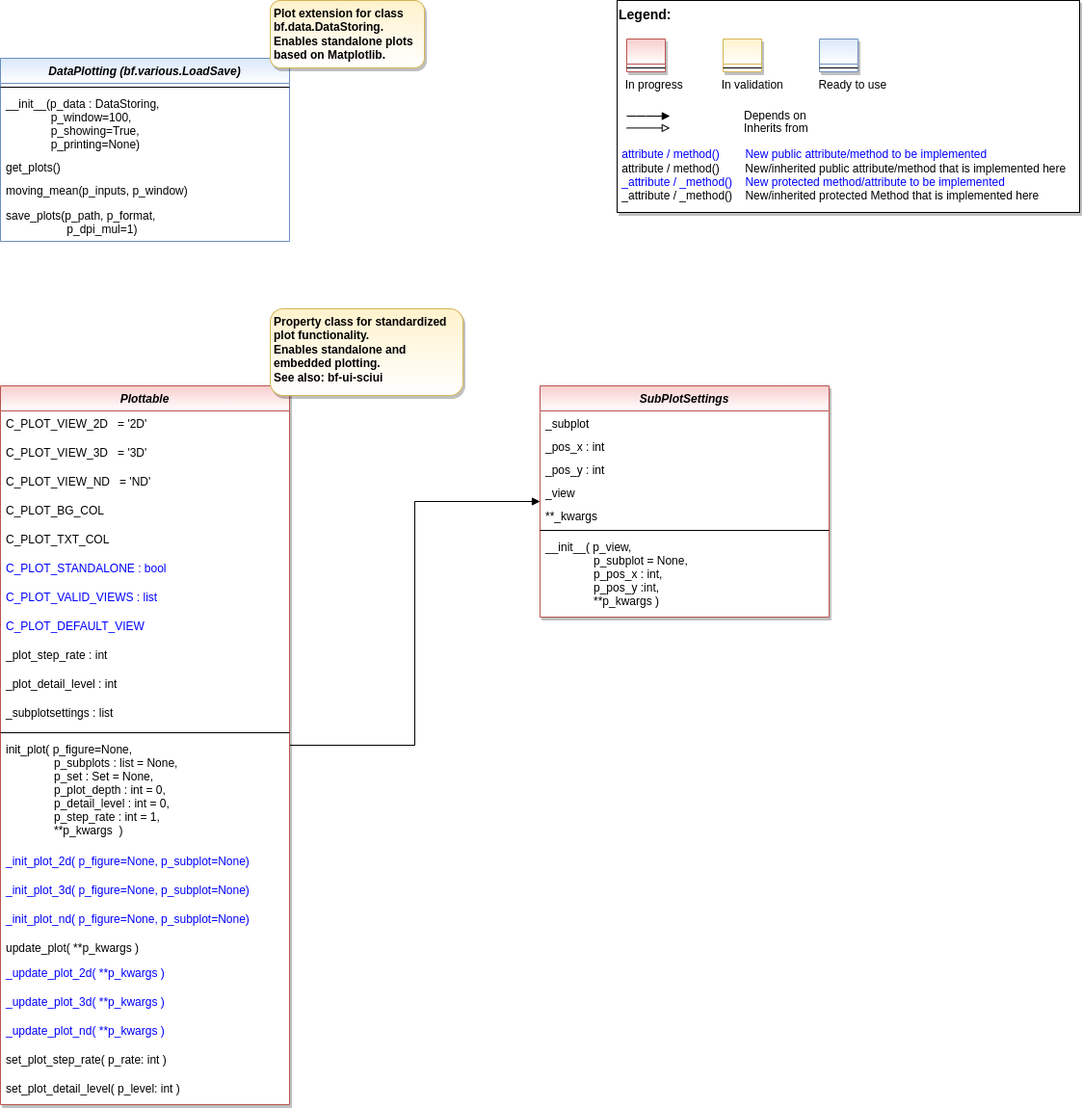
The draw.io diagram doc/rtd/content/append2/core/images/bf/MLPro-BF-Plot_class_diagram.drawio.png in fhswf/MLPro, before a commit. Source tidied: cells renumbered, new cells last; positions are measured from the earlier drawing's top-left corner, leaving out a move shared by most shapes.
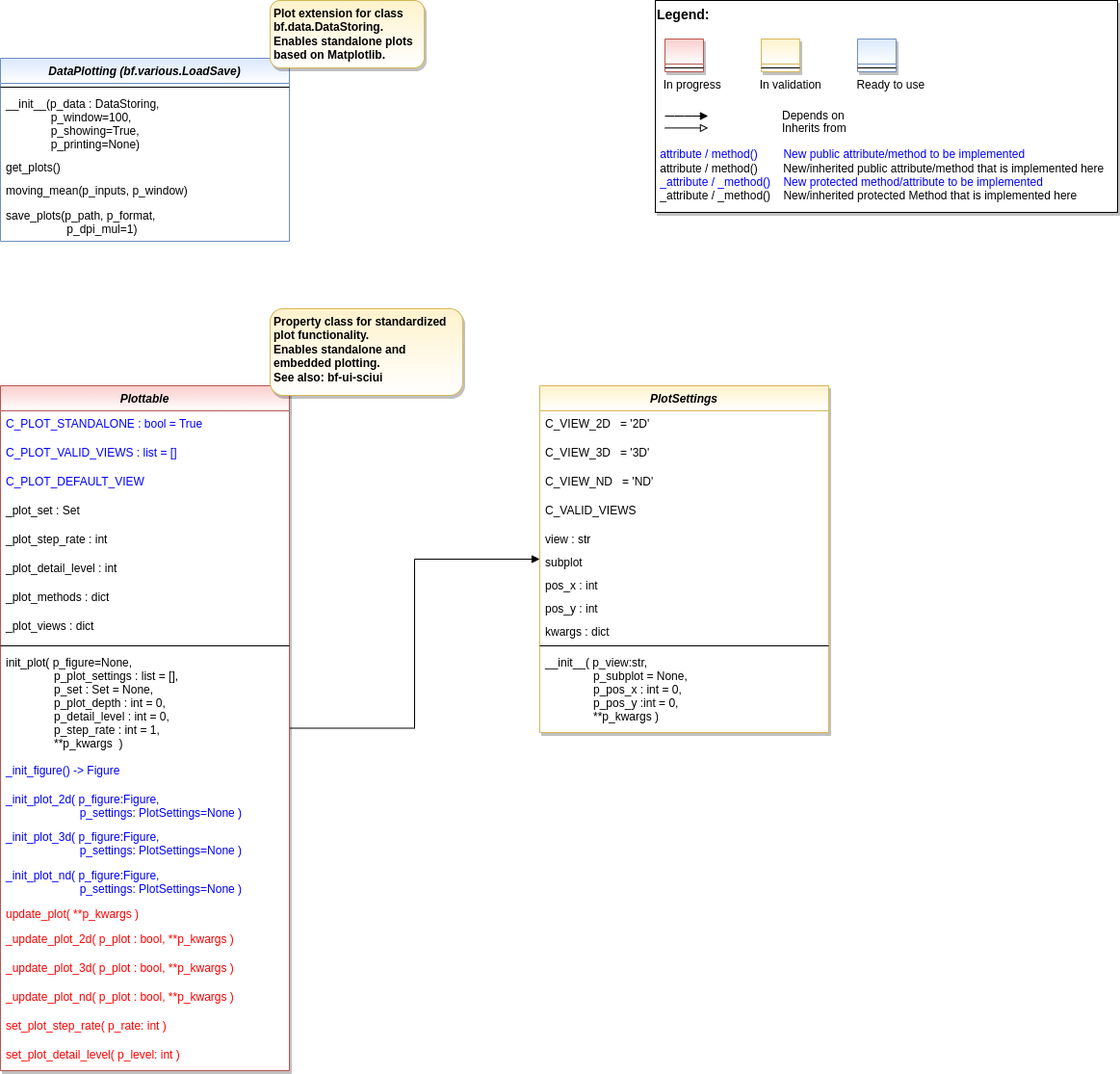
After the change.

Commit message:
Classes Plotsettings, Plottable

What changed in the source:
```diff
@@ -6,76 +6,70 @@
       <mxGeometry relative="1" as="geometry" />
     </mxCell>
     <mxCell id="3" value="Plottable" style="swimlane;fontStyle=3;align=center;verticalAlign=top;horizontal=1;startSize=26;rounded=0;shadow=1;strokeWidth=1;fillColor=#f8cecc;strokeColor=#b85450;swimlaneFillColor=#FFFFFF;gradientColor=#FFFFFF;" parent="1" vertex="1">
-      <mxGeometry y="400" width="300" height="746" as="geometry" />
+      <mxGeometry y="400" width="300" height="711" as="geometry" />
     </mxCell>
-    <mxCell id="4" value="C_PLOT_VIEW_2D   = '2D'" style="text;align=left;verticalAlign=top;spacingLeft=4;spacingRight=4;overflow=hidden;fontColor=default;" parent="3" vertex="1">
-      <mxGeometry y="26" width="300" height="30" as="geometry" />
-    </mxCell>
-    <mxCell id="5" value="C_PLOT_VIEW_3D   = '3D'" style="text;align=left;verticalAlign=top;spacingLeft=4;spacingRight=4;overflow=hidden;fontColor=default;" parent="3" vertex="1">
-      <mxGeometry y="56" width="300" height="30" as="geometry" />
-    </mxCell>
-    <mxCell id="6" value="C_PLOT_VIEW_ND   = 'ND'" style="text;align=left;verticalAlign=top;spacingLeft=4;spacingRight=4;overflow=hidden;fontColor=default;" parent="3" vertex="1">
-      <mxGeometry y="86" width="300" height="30" as="geometry" />
-    </mxCell>
-    <mxCell id="7" value="C_PLOT_BG_COL" style="text;align=left;verticalAlign=top;spacingLeft=4;spacingRight=4;overflow=hidden;fontColor=default;" parent="3" vertex="1">
-      <mxGeometry y="116" width="300" height="30" as="geometry" />
-    </mxCell>
-    <mxCell id="8" value="C_PLOT_TXT_COL" style="text;align=left;verticalAlign=top;spacingLeft=4;spacingRight=4;overflow=hidden;fontColor=default;" parent="3" vertex="1">
-      <mxGeometry y="146" width="300" height="30" as="geometry" />
-    </mxCell>
-    <mxCell id="9" value="C_PLOT_STANDALONE : bool" style="text;align=left;verticalAlign=top;spacingLeft=4;spacingRight=4;overflow=hidden;fontColor=#0000FF;" parent="3" vertex="1">
-      <mxGeometry y="176" width="300" height="30" as="geometry" />
+    <mxCell id="9" value="C_PLOT_STANDALONE : bool = True" style="text;align=left;verticalAlign=top;spacingLeft=4;spacingRight=4;overflow=hidden;fontColor=#0000FF;" parent="3" vertex="1">
+      <mxGeometry y="26" width="300" height="30" as="geometry" />
     </mxCell>
-    <mxCell id="10" value="C_PLOT_VALID_VIEWS : list" style="text;align=left;verticalAlign=top;spacingLeft=4;spacingRight=4;overflow=hidden;fontColor=#0000FF;" parent="3" vertex="1">
-      <mxGeometry y="206" width="300" height="30" as="geometry" />
+    <mxCell id="10" value="C_PLOT_VALID_VIEWS : list = []" style="text;align=left;verticalAlign=top;spacingLeft=4;spacingRight=4;overflow=hidden;fontColor=#0000FF;" parent="3" vertex="1">
+      <mxGeometry y="56" width="300" height="30" as="geometry" />
     </mxCell>
     <mxCell id="11" value="C_PLOT_DEFAULT_VIEW" style="text;align=left;verticalAlign=top;spacingLeft=4;spacingRight=4;overflow=hidden;fontColor=#0000FF;" parent="3" vertex="1">
-      <mxGeometry y="236" width="300" height="30" as="geometry" />
+      <mxGeometry y="86" width="300" height="30" as="geometry" />
     </mxCell>
+    <mxCell id="52" value="_plot_set : Set" style="text;align=left;verticalAlign=top;spacingLeft=4;spacingRight=4;overflow=hidden;fontColor=default;" parent="3" vertex="1">
+      <mxGeometry y="116" width="300" height="30" as="geometry" />
+    </mxCell>
     <mxCell id="12" value="_plot_step_rate : int" style="text;align=left;verticalAlign=top;spacingLeft=4;spacingRight=4;overflow=hidden;fontColor=default;" parent="3" vertex="1">
-      <mxGeometry y="266" width="300" height="30" as="geometry" />
+      <mxGeometry y="146" width="300" height="30" as="geometry" />
     </mxCell>
     <mxCell id="13" value="_plot_detail_level : int" style="text;align=left;verticalAlign=top;spacingLeft=4;spacingRight=4;overflow=hidden;fontColor=default;" parent="3" vertex="1">
-      <mxGeometry y="296" width="300" height="30" as="geometry" />
+      <mxGeometry y="176" width="300" height="30" as="geometry" />
     </mxCell>
+    <mxCell id="53" value="_plot_methods : dict" style="text;align=left;verticalAlign=top;spacingLeft=4;spacingRight=4;overflow=hidden;fontColor=default;" parent="3" vertex="1">
+      <mxGeometry y="206" width="300" height="30" as="geometry" />
+    </mxCell>
-    <mxCell id="14" value="_subplotsettings : list" style="text;align=left;verticalAlign=top;spacingLeft=4;spacingRight=4;overflow=hidden;fontColor=default;" parent="3" vertex="1">
-      <mxGeometry y="326" width="300" height="30" as="geometry" />
+    <mxCell id="14" value="_plot_views : dict" style="text;align=left;verticalAlign=top;spacingLeft=4;spacingRight=4;overflow=hidden;fontColor=default;" parent="3" vertex="1">
+      <mxGeometry y="236" width="300" height="30" as="geometry" />
     </mxCell>
     <mxCell id="15" style="line;html=1;strokeWidth=1;align=left;verticalAlign=middle;spacingTop=-1;spacingLeft=3;spacingRight=3;labelPosition=right;" parent="3" vertex="1">
-      <mxGeometry y="356" width="300" height="8" as="geometry" />
+      <mxGeometry y="266" width="300" height="8" as="geometry" />
     </mxCell>
-    <mxCell id="16" value="init_plot( p_figure=None, &#10;               p_subplots : list = None,&#10;               p_set : Set = None,&#10;               p_plot_depth : int = 0,&#10;               p_detail_level : int = 0,&#10;               p_step_rate : int = 1,&#10;               **p_kwargs  )" style="text;align=left;verticalAlign=top;spacingLeft=4;spacingRight=4;overflow=hidden;fontColor=default;" parent="3" vertex="1">
-      <mxGeometry y="364" width="300" height="116" as="geometry" />
+    <mxCell id="16" value="init_plot( p_figure=None, &#10;               p_plot_settings : list = [],&#10;               p_set : Set = None,&#10;               p_plot_depth : int = 0,&#10;               p_detail_level : int = 0,&#10;               p_step_rate : int = 1,&#10;               **p_kwargs  )" style="text;align=left;verticalAlign=top;spacingLeft=4;spacingRight=4;overflow=hidden;fontColor=default;" parent="3" vertex="1">
+      <mxGeometry y="274" width="300" height="112" as="geometry" />
     </mxCell>
+    <mxCell id="54" value="_init_figure() -&gt; Figure" style="text;align=left;verticalAlign=top;spacingLeft=4;spacingRight=4;overflow=hidden;fontColor=#0000FF;" parent="3" vertex="1">
+      <mxGeometry y="386" width="300" height="30" as="geometry" />
+    </mxCell>
-    <mxCell id="17" value="_init_plot_2d( p_figure=None, p_subplot=None)" style="text;align=left;verticalAlign=top;spacingLeft=4;spacingRight=4;overflow=hidden;fontColor=#0000FF;" parent="3" vertex="1">
-      <mxGeometry y="480" width="300" height="30" as="geometry" />
+    <mxCell id="17" value="_init_plot_2d( p_figure:Figure, &#10;                       p_settings: PlotSettings=None )" style="text;align=left;verticalAlign=top;spacingLeft=4;spacingRight=4;overflow=hidden;fontColor=#0000FF;" parent="3" vertex="1">
+      <mxGeometry y="416" width="300" height="39" as="geometry" />
     </mxCell>
-    <mxCell id="18" value="_init_plot_3d( p_figure=None, p_subplot=None)" style="text;align=left;verticalAlign=top;spacingLeft=4;spacingRight=4;overflow=hidden;fontColor=#0000FF;" parent="3" vertex="1">
-      <mxGeometry y="510" width="300" height="30" as="geometry" />
-    </mxCell>
-    <mxCell id="19" value="_init_plot_nd( p_figure=None, p_subplot=None)" style="text;align=left;verticalAlign=top;spacingLeft=4;spacingRight=4;overflow=hidden;fontColor=#0000FF;" parent="3" vertex="1">
-      <mxGeometry y="540" width="300" height="30" as="geometry" />
-    </mxCell>
+    <mxCell id="55" value="_init_plot_3d( p_figure:Figure, &#10;                       p_settings: PlotSettings=None )" style="text;align=left;verticalAlign=top;spacingLeft=4;spacingRight=4;overflow=hidden;fontColor=#0000FF;" parent="3" vertex="1">
+      <mxGeometry y="455" width="300" height="40" as="geometry" />
+    </mxCell>
+    <mxCell id="56" value="_init_plot_nd( p_figure:Figure, &#10;                       p_settings: PlotSettings=None )" style="text;align=left;verticalAlign=top;spacingLeft=4;spacingRight=4;overflow=hidden;fontColor=#0000FF;" parent="3" vertex="1">
+      <mxGeometry y="495" width="300" height="40" as="geometry" />
+    </mxCell>
-    <mxCell id="20" value="update_plot( **p_kwargs )" style="text;align=left;verticalAlign=top;spacingLeft=4;spacingRight=4;overflow=hidden;fontColor=default;" parent="3" vertex="1">
-      <mxGeometry y="570" width="300" height="26" as="geometry" />
+    <mxCell id="20" value="update_plot( **p_kwargs )" style="text;align=left;verticalAlign=top;spacingLeft=4;spacingRight=4;overflow=hidden;fontColor=#FF0000;" parent="3" vertex="1">
+      <mxGeometry y="535" width="300" height="26" as="geometry" />
     </mxCell>
-    <mxCell id="21" value="_update_plot_2d( **p_kwargs )" style="text;align=left;verticalAlign=top;spacingLeft=4;spacingRight=4;overflow=hidden;fontColor=#0000FF;" parent="3" vertex="1">
-      <mxGeometry y="596" width="300" height="30" as="geometry" />
+    <mxCell id="21" value="_update_plot_2d( p_plot : bool, **p_kwargs )" style="text;align=left;verticalAlign=top;spacingLeft=4;spacingRight=4;overflow=hidden;fontColor=#FF0000;" parent="3" vertex="1">
+      <mxGeometry y="561" width="300" height="30" as="geometry" />
     </mxCell>
-    <mxCell id="22" value="_update_plot_3d( **p_kwargs )" style="text;align=left;verticalAlign=top;spacingLeft=4;spacingRight=4;overflow=hidden;fontColor=#0000FF;" parent="3" vertex="1">
-      <mxGeometry y="626" width="300" height="30" as="geometry" />
+    <mxCell id="22" value="_update_plot_3d( p_plot : bool, **p_kwargs )" style="text;align=left;verticalAlign=top;spacingLeft=4;spacingRight=4;overflow=hidden;fontColor=#FF0000;" parent="3" vertex="1">
+      <mxGeometry y="591" width="300" height="30" as="geometry" />
     </mxCell>
-    <mxCell id="23" value="_update_plot_nd( **p_kwargs )" style="text;align=left;verticalAlign=top;spacingLeft=4;spacingRight=4;overflow=hidden;fontColor=#0000FF;" parent="3" vertex="1">
-      <mxGeometry y="656" width="300" height="30" as="geometry" />
+    <mxCell id="23" value="_update_plot_nd( p_plot : bool, **p_kwargs )" style="text;align=left;verticalAlign=top;spacingLeft=4;spacingRight=4;overflow=hidden;fontColor=#FF0000;" parent="3" vertex="1">
+      <mxGeometry y="621" width="300" height="30" as="geometry" />
     </mxCell>
-    <mxCell id="24" value="set_plot_step_rate( p_rate: int )" style="text;align=left;verticalAlign=top;spacingLeft=4;spacingRight=4;overflow=hidden;fontColor=default;" parent="3" vertex="1">
-      <mxGeometry y="686" width="300" height="30" as="geometry" />
+    <mxCell id="24" value="set_plot_step_rate( p_rate: int )" style="text;align=left;verticalAlign=top;spacingLeft=4;spacingRight=4;overflow=hidden;fontColor=#FF0000;" parent="3" vertex="1">
+      <mxGeometry y="651" width="300" height="30" as="geometry" />
     </mxCell>
-    <mxCell id="25" value="set_plot_detail_level( p_level: int )" style="text;align=left;verticalAlign=top;spacingLeft=4;spacingRight=4;overflow=hidden;fontColor=default;" parent="3" vertex="1">
-      <mxGeometry y="716" width="300" height="30" as="geometry" />
+    <mxCell id="25" value="set_plot_detail_level( p_level: int )" style="text;align=left;verticalAlign=top;spacingLeft=4;spacingRight=4;overflow=hidden;fontColor=#FF0000;" parent="3" vertex="1">
+      <mxGeometry y="681" width="300" height="30" as="geometry" />
     </mxCell>
     <mxCell id="26" style="group;" parent="1" vertex="1">
-      <mxGeometry x="640" width="480" height="220" as="geometry" />
+      <mxGeometry x="680" width="480" height="220" as="geometry" />
     </mxCell>
     <mxCell id="27" value="&lt;font color=&quot;#000000&quot; size=&quot;1&quot;&gt;&lt;b style=&quot;font-size: 14px&quot;&gt;Legend:&lt;br&gt;&lt;/b&gt;&lt;/font&gt;&lt;br&gt;&lt;br&gt;&lt;br&gt;&lt;font color=&quot;#0000ff&quot; style=&quot;font-size: 6px&quot;&gt;&lt;br&gt;&lt;/font&gt;&lt;span style=&quot;color: rgb(0 , 0 , 0)&quot;&gt;&lt;font style=&quot;font-size: 4px&quot;&gt;&amp;nbsp; &amp;nbsp;&lt;/font&gt;&amp;nbsp;In progress&amp;nbsp; &amp;nbsp; &amp;nbsp; &amp;nbsp; &amp;nbsp; &amp;nbsp; In validation&amp;nbsp; &amp;nbsp; &amp;nbsp; &amp;nbsp; &amp;nbsp; &amp;nbsp;Ready to use&lt;/span&gt;&lt;font color=&quot;#000000&quot;&gt;&amp;nbsp;&lt;br&gt;&lt;/font&gt;&lt;font color=&quot;#0000ff&quot;&gt;&lt;br&gt;&lt;br&gt;&lt;br&gt;&lt;br&gt;&amp;nbsp;attribute / method()&amp;nbsp; &amp;nbsp; &amp;nbsp; &amp;nbsp; New public attribute/method to be implemented&lt;/font&gt;&lt;br&gt;&lt;font color=&quot;#000000&quot;&gt;&amp;nbsp;&lt;/font&gt;&lt;font color=&quot;#000000&quot;&gt;attribute / method()&lt;span&gt;&#9;&lt;/span&gt;&amp;nbsp; &amp;nbsp; &amp;nbsp; &amp;nbsp;New/inherited public attribute/method that is implemented here&lt;br&gt;&lt;/font&gt;&lt;font color=&quot;#0000ff&quot;&gt;&amp;nbsp;_attribute /&amp;nbsp;&lt;/font&gt;&lt;font color=&quot;#0000ff&quot;&gt;_method()&amp;nbsp; &amp;nbsp; New protected method/attribute to be implemented&lt;/font&gt;&lt;br&gt;&lt;font color=&quot;#000000&quot;&gt;&amp;nbsp;_attribute / _method()&amp;nbsp; &amp;nbsp; New/inherited protected Method that is implemented here&lt;br&gt;&lt;/font&gt;&lt;font color=&quot;#000000&quot;&gt;&lt;br&gt;&lt;br&gt;&lt;br&gt;&lt;br&gt;&lt;br&gt;&lt;/font&gt;" style="text;html=1;align=left;verticalAlign=top;whiteSpace=wrap;rounded=0;fontColor=#006600;strokeColor=#000000;shadow=1;fillColor=#ffffff;" parent="26" vertex="1">
       <mxGeometry width="480" height="220" as="geometry" />
@@ -139,29 +133,41 @@
     <mxCell id="43" value="Plot extension for class bf.data.DataStoring. Enables standalone plots based on Matplotlib." style="rounded=1;whiteSpace=wrap;html=1;fillColor=#fff2cc;strokeColor=#d6b656;gradientColor=#FFFFFF;shadow=1;fontStyle=1;align=left;spacingLeft=2;verticalAlign=top;" parent="1" vertex="1">
       <mxGeometry x="280" width="160" height="70" as="geometry" />
     </mxCell>
-    <mxCell id="44" value="SubPlotSettings" style="swimlane;fontStyle=3;align=center;verticalAlign=top;horizontal=1;startSize=26;rounded=0;shadow=1;strokeWidth=1;fillColor=#f8cecc;strokeColor=#b85450;swimlaneFillColor=#FFFFFF;gradientColor=#FFFFFF;" parent="1" vertex="1">
-      <mxGeometry x="560" y="400" width="300" height="240" as="geometry" />
+    <mxCell id="44" value="PlotSettings" style="swimlane;fontStyle=3;align=center;verticalAlign=top;horizontal=1;startSize=26;rounded=0;shadow=1;strokeWidth=1;fillColor=#fff2cc;strokeColor=#d6b656;swimlaneFillColor=#FFFFFF;gradientColor=#FFFFFF;" parent="1" vertex="1">
+      <mxGeometry x="560" y="400" width="300" height="360" as="geometry" />
     </mxCell>
+    <mxCell id="4" value="C_VIEW_2D   = '2D'" style="text;align=left;verticalAlign=top;spacingLeft=4;spacingRight=4;overflow=hidden;fontColor=default;" parent="44" vertex="1">
+      <mxGeometry y="26" width="300" height="30" as="geometry" />
+    </mxCell>
+    <mxCell id="5" value="C_VIEW_3D   = '3D'" style="text;align=left;verticalAlign=top;spacingLeft=4;spacingRight=4;overflow=hidden;fontColor=default;" parent="44" vertex="1">
+      <mxGeometry y="56" width="300" height="30" as="geometry" />
+    </mxCell>
+    <mxCell id="6" value="C_VIEW_ND   = 'ND'" style="text;align=left;verticalAlign=top;spacingLeft=4;spacingRight=4;overflow=hidden;fontColor=default;" parent="44" vertex="1">
+      <mxGeometry y="86" width="300" height="30" as="geometry" />
+    </mxCell>
+    <mxCell id="57" value="C_VALID_VIEWS " style="text;align=left;verticalAlign=top;spacingLeft=4;spacingRight=4;overflow=hidden;fontColor=default;" parent="44" vertex="1">
+      <mxGeometry y="116" width="300" height="30" as="geometry" />
+    </mxCell>
+    <mxCell id="48" value="view : str" style="text;align=left;verticalAlign=top;spacingLeft=4;spacingRight=4;overflow=hidden;" parent="44" vertex="1">
+      <mxGeometry y="146" width="300" height="24" as="geometry" />
+    </mxCell>
-    <mxCell id="45" value="_subplot" style="text;align=left;verticalAlign=top;spacingLeft=4;spacingRight=4;overflow=hidden;" parent="44" vertex="1">
-      <mxGeometry y="26" width="300" height="24" as="geometry" />
+    <mxCell id="45" value="subplot" style="text;align=left;verticalAlign=top;spacingLeft=4;spacingRight=4;overflow=hidden;" parent="44" vertex="1">
+      <mxGeometry y="170" width="300" height="24" as="geometry" />
     </mxCell>
-    <mxCell id="46" value="_pos_x : int" style="text;align=left;verticalAlign=top;spacingLeft=4;spacingRight=4;overflow=hidden;" parent="44" vertex="1">
-      <mxGeometry y="50" width="300" height="24" as="geometry" />
+    <mxCell id="46" value="pos_x : int" style="text;align=left;verticalAlign=top;spacingLeft=4;spacingRight=4;overflow=hidden;" parent="44" vertex="1">
+      <mxGeometry y="194" width="300" height="24" as="geometry" />
     </mxCell>
-    <mxCell id="47" value="_pos_y : int" style="text;align=left;verticalAlign=top;spacingLeft=4;spacingRight=4;overflow=hidden;" parent="44" vertex="1">
-      <mxGeometry y="74" width="300" height="24" as="geometry" />
+    <mxCell id="47" value="pos_y : int" style="text;align=left;verticalAlign=top;spacingLeft=4;spacingRight=4;overflow=hidden;" parent="44" vertex="1">
+      <mxGeometry y="218" width="300" height="24" as="geometry" />
     </mxCell>
-    <mxCell id="48" value="_view" style="text;align=left;verticalAlign=top;spacingLeft=4;spacingRight=4;overflow=hidden;" parent="44" vertex="1">
-      <mxGeometry y="98" width="300" height="24" as="geometry" />
-    </mxCell>
-    <mxCell id="49" value="**_kwargs" style="text;align=left;verticalAlign=top;spacingLeft=4;spacingRight=4;overflow=hidden;" parent="44" vertex="1">
-      <mxGeometry y="122" width="300" height="24" as="geometry" />
+    <mxCell id="49" value="kwargs : dict" style="text;align=left;verticalAlign=top;spacingLeft=4;spacingRight=4;overflow=hidden;" parent="44" vertex="1">
+      <mxGeometry y="242" width="300" height="24" as="geometry" />
     </mxCell>
     <mxCell id="50" style="line;html=1;strokeWidth=1;align=left;verticalAlign=middle;spacingTop=-1;spacingLeft=3;spacingRight=3;labelPosition=right;" parent="44" vertex="1">
-      <mxGeometry y="146" width="300" height="8" as="geometry" />
+      <mxGeometry y="266" width="300" height="8" as="geometry" />
     </mxCell>
-    <mxCell id="51" value="__init__( p_view, &#10;               p_subplot = None, &#10;               p_pos_x : int,&#10;               p_pos_y :int,&#10;               **p_kwargs )" style="text;align=left;verticalAlign=top;spacingLeft=4;spacingRight=4;overflow=hidden;" parent="44" vertex="1">
-      <mxGeometry y="154" width="300" height="86" as="geometry" />
+    <mxCell id="51" value="__init__( p_view:str, &#10;               p_subplot = None, &#10;               p_pos_x : int = 0,&#10;               p_pos_y :int = 0,&#10;               **p_kwargs )" style="text;align=left;verticalAlign=top;spacingLeft=4;spacingRight=4;overflow=hidden;" parent="44" vertex="1">
+      <mxGeometry y="274" width="300" height="86" as="geometry" />
     </mxCell>
   </root>
 </mxGraphModel>
```
